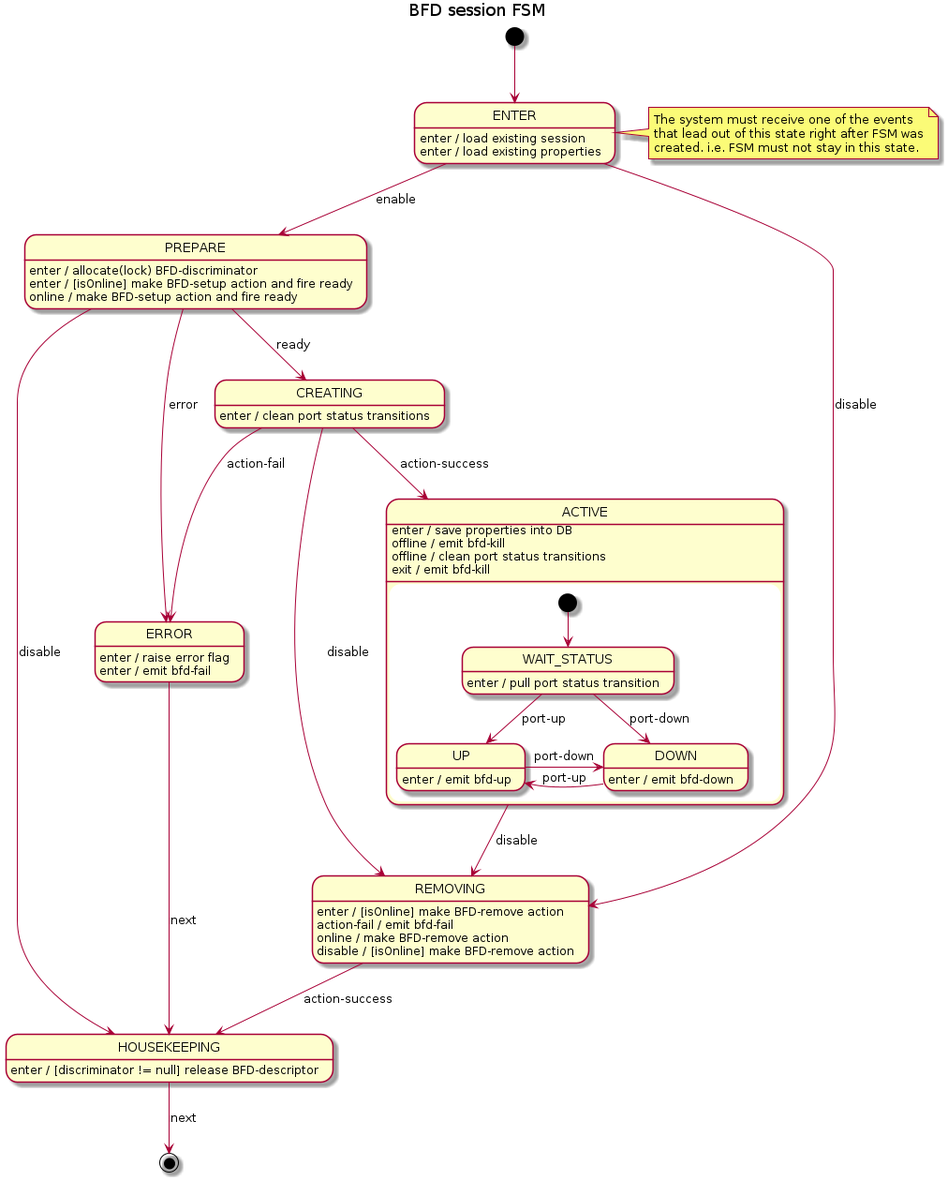
Above: docs/design/network-discovery/bfd-session-FSM.png in surabujin/open-kilda (PlantUML), before the change.
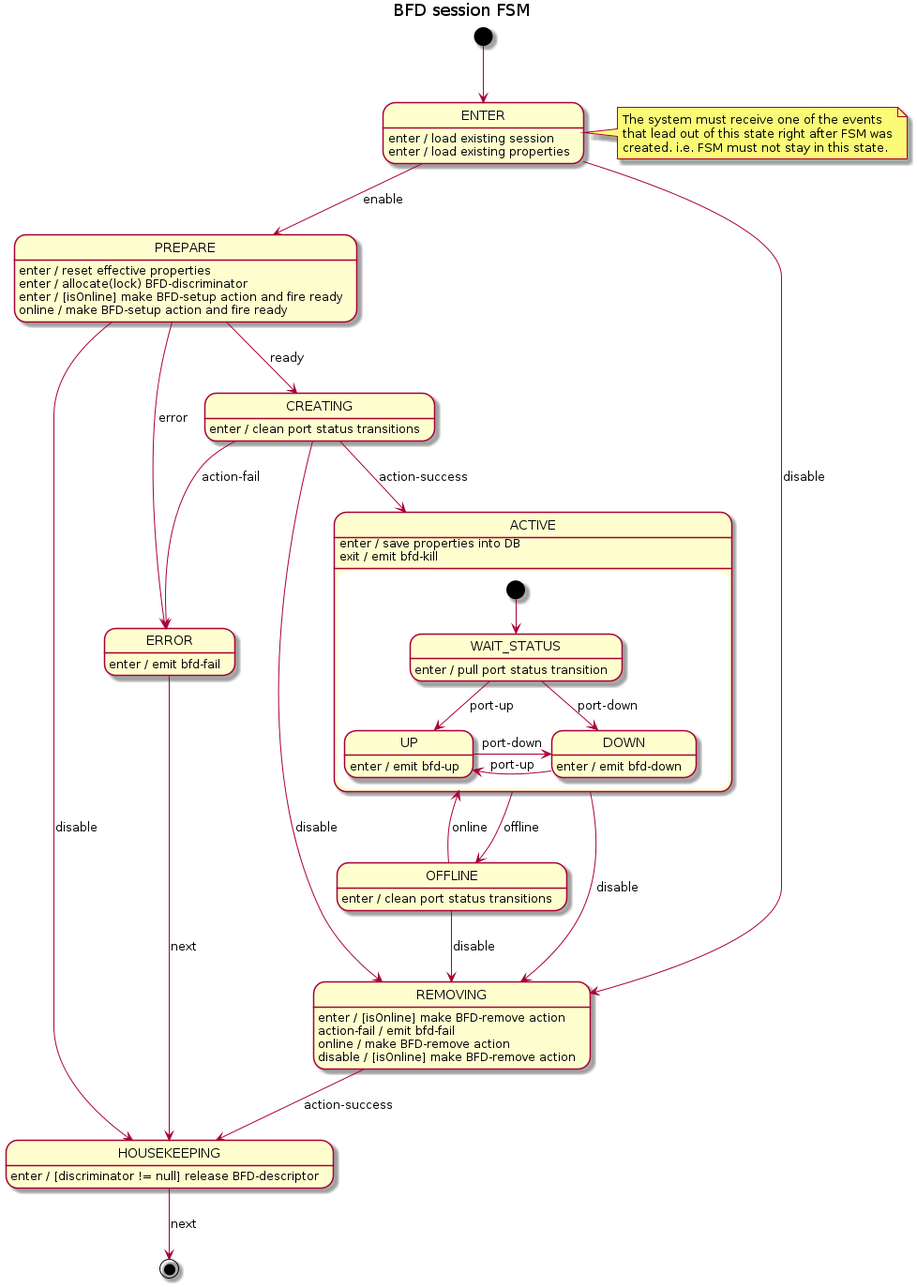
The same file after the commit.

Diff of the diagram source:
```diff
@@ -13,6 +13,7 @@
 ENTER --> PREPARE : enable
 ENTER --> REMOVING : disable
 
+PREPARE : enter / reset effective properties
 PREPARE : enter / allocate(lock) BFD-discriminator
 PREPARE : enter / [isOnline] make BFD-setup action and fire ready
 PREPARE --> CREATING : ready
@@ -40,9 +41,12 @@
     DOWN : enter / emit bfd-down
 }
 ACTIVE --> REMOVING : disable
-ACTIVE : offline / emit bfd-kill
-ACTIVE : offline / clean port status transitions
+ACTIVE --> OFFLINE : offline
 ACTIVE : exit / emit bfd-kill
+
+OFFLINE : enter / clean port status transitions
+OFFLINE --> ACTIVE : online
+OFFLINE --> REMOVING : disable
 
 REMOVING : enter / [isOnline] make BFD-remove action
 REMOVING --> HOUSEKEEPING : action-success
@@ -50,7 +54,6 @@
 REMOVING : online / make BFD-remove action
 REMOVING : disable / [isOnline] make BFD-remove action
 
-ERROR : enter / raise error flag
 ERROR : enter / emit bfd-fail
 ERROR --> HOUSEKEEPING : next
 
```
